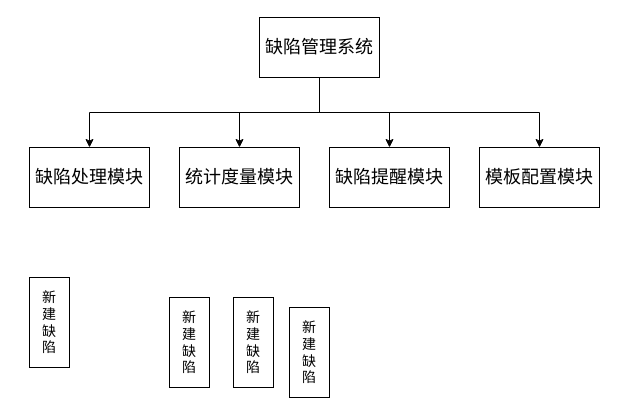
Above: 缺陷管理系统.drawio in fgguo/drawImgs (draw.io), before the change. Source tidied: cells renumbered, new cells numbered last; positions are measured from the earlier drawing's top-left corner, leaving out a move shared by most shapes. Both pictures are drawn from the tidied source at 100%, with x=0, y=0 at pixel (29, 17).
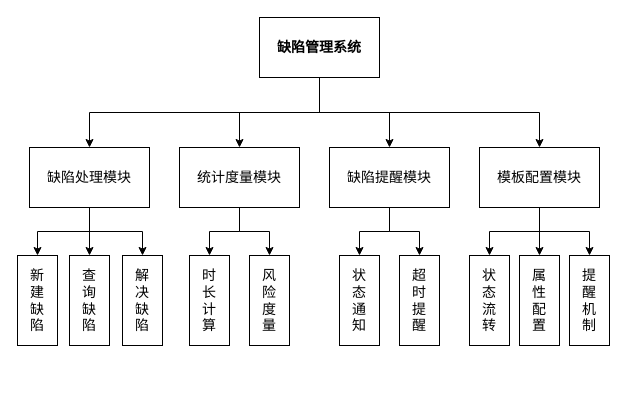
The same page after the edit.

Commit message (it also covers changes not shown here):
更新缺陷管理系统.drawio

Change to the diagram source:
```diff
@@
+    <mxCell id="15" style="edgeStyle=orthogonalEdgeStyle;rounded=0;jettySize=auto;html=1;fontSize=14;" parent="1" edge="1" source="2" target="13">
+      <mxGeometry relative="1" as="geometry" />
+    </mxCell>
+    <mxCell id="16" style="edgeStyle=orthogonalEdgeStyle;rounded=0;jettySize=auto;html=1;exitX=0.5;exitY=1;exitDx=0;exitDy=0;entryX=0.5;entryY=0;entryDx=0;entryDy=0;fontSize=14;" parent="1" edge="1" source="2" target="30">
+      <mxGeometry relative="1" as="geometry" />
+    </mxCell>
-    <mxCell id="2" value="&lt;font style=&quot;font-size: 18px;&quot;&gt;统计度量模块&lt;/font&gt;" style="rounded=0;whiteSpace=wrap;html=1;" parent="1" vertex="1">
+    <mxCell id="2" value="&lt;font style=&quot;font-size: 14px;&quot;&gt;统计度量模块&lt;/font&gt;" style="rounded=0;whiteSpace=wrap;html=1;" parent="1" vertex="1">
       <mxGeometry x="150" y="130" width="120" height="60" as="geometry" />
     </mxCell>
+    <mxCell id="17" style="edgeStyle=orthogonalEdgeStyle;rounded=0;jettySize=auto;html=1;exitX=0.5;exitY=1;exitDx=0;exitDy=0;fontSize=14;" parent="1" edge="1" source="3" target="12">
+      <mxGeometry relative="1" as="geometry" />
+    </mxCell>
+    <mxCell id="18" style="edgeStyle=orthogonalEdgeStyle;rounded=0;jettySize=auto;html=1;exitX=0.5;exitY=1;exitDx=0;exitDy=0;entryX=0.5;entryY=0;entryDx=0;entryDy=0;fontSize=14;" parent="1" edge="1" source="3" target="11">
+      <mxGeometry relative="1" as="geometry" />
+    </mxCell>
+    <mxCell id="19" style="edgeStyle=orthogonalEdgeStyle;rounded=0;jettySize=auto;html=1;exitX=0.5;exitY=1;exitDx=0;exitDy=0;entryX=0.5;entryY=0;entryDx=0;entryDy=0;fontSize=14;" parent="1" edge="1" source="3" target="14">
+      <mxGeometry relative="1" as="geometry" />
+    </mxCell>
-    <mxCell id="3" value="&lt;font style=&quot;font-size: 18px;&quot;&gt;缺陷处理模块&lt;/font&gt;" style="rounded=0;whiteSpace=wrap;html=1;" parent="1" vertex="1">
+    <mxCell id="3" value="&lt;font style=&quot;font-size: 14px;&quot;&gt;缺陷处理模块&lt;/font&gt;" style="rounded=0;whiteSpace=wrap;html=1;" parent="1" vertex="1">
       <mxGeometry y="130" width="120" height="60" as="geometry" />
     </mxCell>
+    <mxCell id="20" style="edgeStyle=orthogonalEdgeStyle;rounded=0;jettySize=auto;html=1;exitX=0.5;exitY=1;exitDx=0;exitDy=0;entryX=0.5;entryY=0;entryDx=0;entryDy=0;fontSize=14;" parent="1" edge="1" source="4" target="25">
+      <mxGeometry relative="1" as="geometry" />
+    </mxCell>
+    <mxCell id="21" style="edgeStyle=orthogonalEdgeStyle;rounded=0;jettySize=auto;html=1;exitX=0.5;exitY=1;exitDx=0;exitDy=0;entryX=0.5;entryY=0;entryDx=0;entryDy=0;fontSize=14;" parent="1" edge="1" source="4" target="26">
+      <mxGeometry relative="1" as="geometry" />
+    </mxCell>
-    <mxCell id="4" value="&lt;font style=&quot;font-size: 18px;&quot;&gt;缺陷提醒模块&lt;/font&gt;" style="rounded=0;whiteSpace=wrap;html=1;" parent="1" vertex="1">
+    <mxCell id="4" value="&lt;font style=&quot;font-size: 14px;&quot;&gt;缺陷提醒模块&lt;/font&gt;" style="rounded=0;whiteSpace=wrap;html=1;" parent="1" vertex="1">
       <mxGeometry x="300" y="130" width="120" height="60" as="geometry" />
     </mxCell>
+    <mxCell id="22" style="edgeStyle=orthogonalEdgeStyle;rounded=0;jettySize=auto;html=1;exitX=0.5;exitY=1;exitDx=0;exitDy=0;entryX=0.5;entryY=0;entryDx=0;entryDy=0;fontSize=14;" parent="1" edge="1" source="5" target="27">
+      <mxGeometry relative="1" as="geometry" />
+    </mxCell>
+    <mxCell id="23" style="edgeStyle=orthogonalEdgeStyle;rounded=0;jettySize=auto;html=1;exitX=0.5;exitY=1;exitDx=0;exitDy=0;fontSize=14;" parent="1" edge="1" source="5" target="28">
+      <mxGeometry relative="1" as="geometry" />
+    </mxCell>
+    <mxCell id="24" style="edgeStyle=orthogonalEdgeStyle;rounded=0;jettySize=auto;html=1;exitX=0.5;exitY=1;exitDx=0;exitDy=0;entryX=0.5;entryY=0;entryDx=0;entryDy=0;fontSize=14;" parent="1" edge="1" source="5" target="29">
+      <mxGeometry relative="1" as="geometry" />
+    </mxCell>
-    <mxCell id="5" value="&lt;font style=&quot;font-size: 18px;&quot;&gt;模板配置模块&lt;/font&gt;" style="rounded=0;whiteSpace=wrap;html=1;" parent="1" vertex="1">
+    <mxCell id="5" value="&lt;font style=&quot;font-size: 14px;&quot;&gt;模板配置模块&lt;/font&gt;" style="rounded=0;whiteSpace=wrap;html=1;" parent="1" vertex="1">
       <mxGeometry x="450" y="130" width="120" height="60" as="geometry" />
     </mxCell>
@@
-    <mxCell id="10" value="&lt;font style=&quot;font-size: 18px;&quot;&gt;缺陷管理系统&lt;/font&gt;" style="rounded=0;whiteSpace=wrap;html=1;" parent="1" vertex="1">
+    <mxCell id="10" value="&lt;font style=&quot;font-size: 14px;&quot;&gt;&lt;b&gt;缺陷管理系统&lt;/b&gt;&lt;/font&gt;" style="rounded=0;whiteSpace=wrap;html=1;" parent="1" vertex="1">
       <mxGeometry x="230" width="120" height="60" as="geometry" />
     </mxCell>
     <mxCell id="11" value="新建缺陷" style="rounded=0;whiteSpace=wrap;html=1;fontSize=14;horizontal=1;spacingLeft=10;spacingRight=10;" parent="1" vertex="1">
-      <mxGeometry y="260" width="40" height="90" as="geometry" />
+      <mxGeometry x="-12" y="238" width="40" height="90" as="geometry" />
     </mxCell>
-    <mxCell id="12" value="新建缺陷" style="rounded=0;whiteSpace=wrap;html=1;fontSize=14;horizontal=1;spacingLeft=10;spacingRight=10;" parent="1" vertex="1">
-      <mxGeometry x="140" y="280" width="40" height="90" as="geometry" />
+    <mxCell id="12" value="查询缺陷" style="rounded=0;whiteSpace=wrap;html=1;fontSize=14;horizontal=1;spacingLeft=10;spacingRight=10;" parent="1" vertex="1">
+      <mxGeometry x="40" y="238" width="40" height="90" as="geometry" />
     </mxCell>
-    <mxCell id="13" value="新建缺陷" style="rounded=0;whiteSpace=wrap;html=1;fontSize=14;horizontal=1;spacingLeft=10;spacingRight=10;" parent="1" vertex="1">
-      <mxGeometry x="204" y="280" width="40" height="90" as="geometry" />
+    <mxCell id="13" value="时长计算" style="rounded=0;whiteSpace=wrap;html=1;fontSize=14;horizontal=1;spacingLeft=10;spacingRight=10;" parent="1" vertex="1">
+      <mxGeometry x="160" y="238" width="40" height="90" as="geometry" />
     </mxCell>
-    <mxCell id="14" value="新建缺陷" style="rounded=0;whiteSpace=wrap;html=1;fontSize=14;horizontal=1;spacingLeft=10;spacingRight=10;" parent="1" vertex="1">
-      <mxGeometry x="260" y="290" width="40" height="90" as="geometry" />
+    <mxCell id="14" value="解决缺陷" style="rounded=0;whiteSpace=wrap;html=1;fontSize=14;horizontal=1;spacingLeft=10;spacingRight=10;" parent="1" vertex="1">
+      <mxGeometry x="93" y="238" width="40" height="90" as="geometry" />
     </mxCell>
+    <mxCell id="25" value="状态通知" style="rounded=0;whiteSpace=wrap;html=1;fontSize=14;horizontal=1;spacingLeft=10;spacingRight=10;" parent="1" vertex="1">
+      <mxGeometry x="310" y="238" width="40" height="90" as="geometry" />
+    </mxCell>
+    <mxCell id="26" value="超时提醒" style="rounded=0;whiteSpace=wrap;html=1;fontSize=14;horizontal=1;spacingLeft=10;spacingRight=10;" parent="1" vertex="1">
+      <mxGeometry x="370" y="238" width="40" height="90" as="geometry" />
+    </mxCell>
+    <mxCell id="27" value="状态流转" style="rounded=0;whiteSpace=wrap;html=1;fontSize=14;horizontal=1;spacingLeft=10;spacingRight=10;" parent="1" vertex="1">
+      <mxGeometry x="440" y="238" width="40" height="90" as="geometry" />
+    </mxCell>
+    <mxCell id="28" value="属性配置" style="rounded=0;whiteSpace=wrap;html=1;fontSize=14;horizontal=1;spacingLeft=10;spacingRight=10;" parent="1" vertex="1">
+      <mxGeometry x="490" y="238" width="40" height="90" as="geometry" />
+    </mxCell>
+    <mxCell id="29" value="提醒机制" style="rounded=0;whiteSpace=wrap;html=1;fontSize=14;horizontal=1;spacingLeft=10;spacingRight=10;" parent="1" vertex="1">
+      <mxGeometry x="540" y="238" width="40" height="90" as="geometry" />
+    </mxCell>
+    <mxCell id="30" value="风险度量" style="rounded=0;whiteSpace=wrap;html=1;fontSize=14;horizontal=1;spacingLeft=10;spacingRight=10;" parent="1" vertex="1">
+      <mxGeometry x="220" y="238" width="40" height="90" as="geometry" />
+    </mxCell>
```
